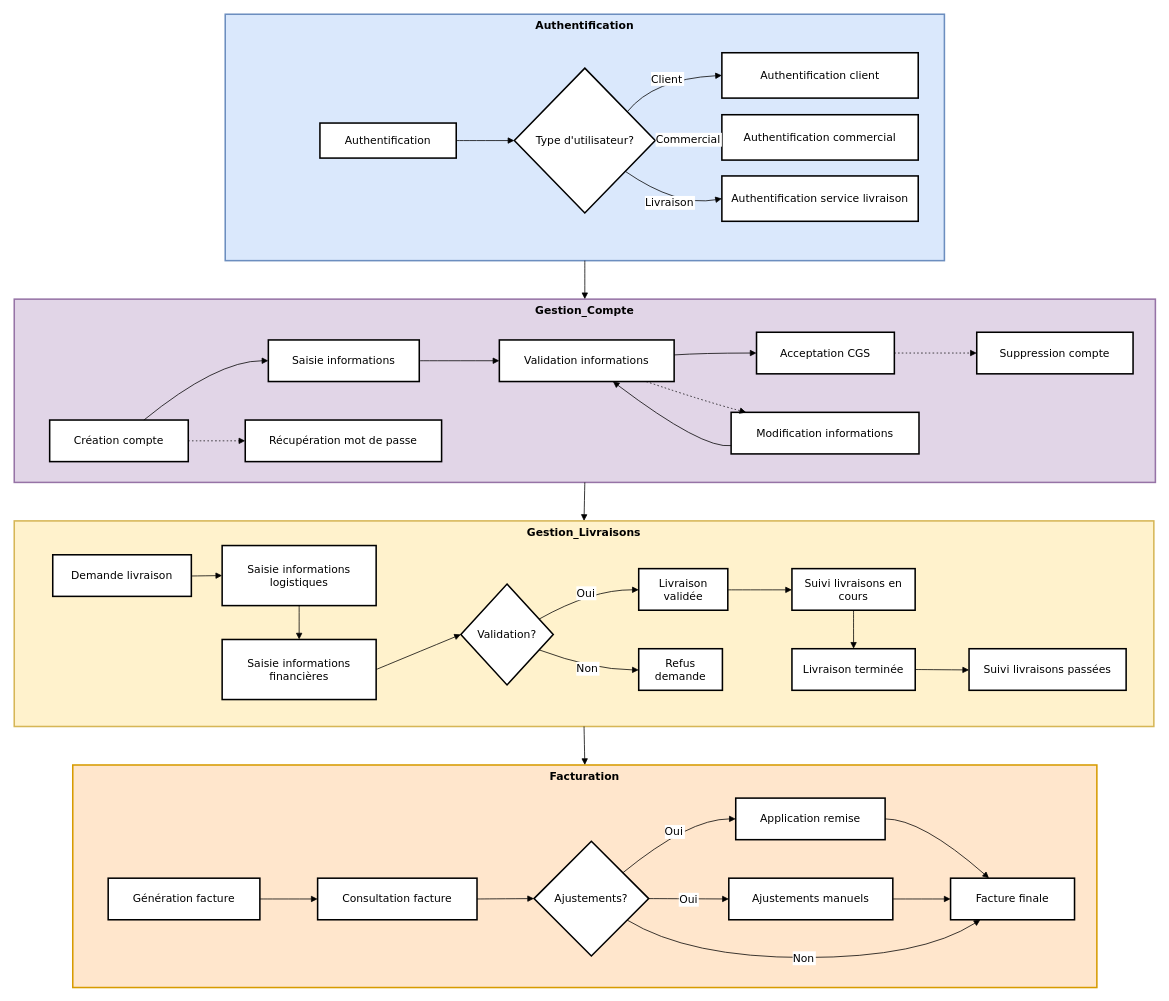
The draw.io diagram spring-livrai/Diagramme_fonct.drawio in TangiLC/OC-P8_Livrai, before the edit. Source tidied: cells renumbered, new cells numbered last; positions are measured from the earlier drawing's top-left corner, leaving out a move shared by most shapes. Both pictures are drawn from the tidied source at 77%, with x=0, y=0 at pixel (14, 14).
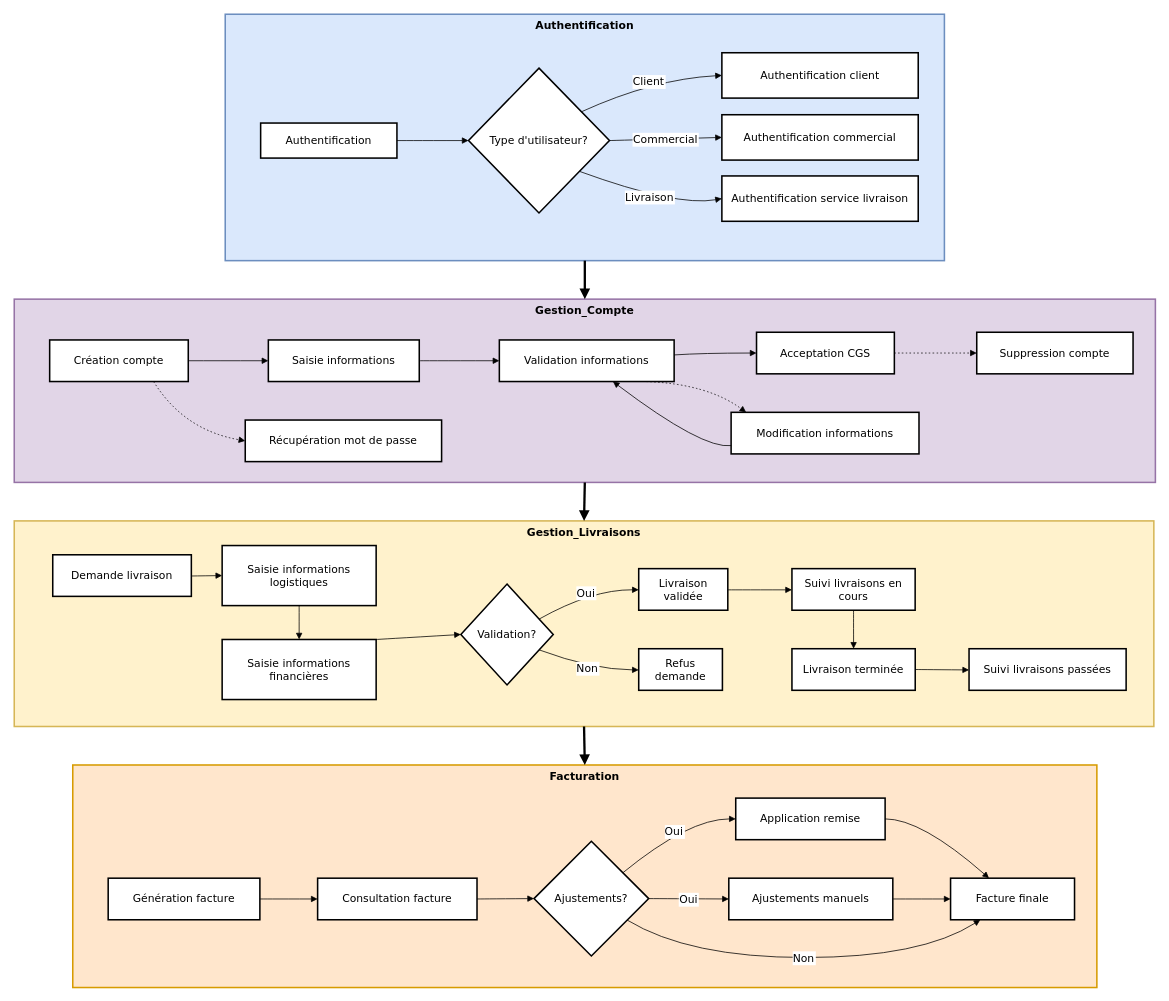
Above is the later version.

Commit message (it also covers changes not shown here):
Mettre à jour Diagramme_fonct.drawio

Unchanged cells that the change refers to:
```xml
<mxCell id="2" value="Facturation" style="whiteSpace=wrap;strokeWidth=2;verticalAlign=top;fillColor=#ffe6cc;strokeColor=#d79b00;fontSize=14;fontFamily=Verdana;fontStyle=1;" parent="1" vertex="1">
  <mxGeometry x="76" y="975" width="1330" height="289" as="geometry" />
</mxCell>
<mxCell id="16" value="Gestion_Livraisons" style="whiteSpace=wrap;strokeWidth=2;verticalAlign=top;fillColor=#fff2cc;strokeColor=#d6b656;fontSize=14;fontFamily=Verdana;fontStyle=1;" parent="1" vertex="1">
  <mxGeometry y="658" width="1480" height="267" as="geometry" />
</mxCell>
<mxCell id="19" value="Saisie informations financières" style="whiteSpace=wrap;strokeWidth=2;fontSize=14;fontFamily=Verdana;" parent="16" vertex="1">
  <mxGeometry x="270" y="154" width="200" height="78" as="geometry" />
</mxCell>
<mxCell id="20" value="Validation?" style="rhombus;strokeWidth=2;whiteSpace=wrap;fontSize=14;fontFamily=Verdana;" parent="16" vertex="1">
  <mxGeometry x="580" y="82" width="120" height="131" as="geometry" />
</mxCell>
<mxCell id="34" value="Gestion_Compte" style="whiteSpace=wrap;strokeWidth=2;verticalAlign=top;fillColor=#e1d5e7;strokeColor=#9673a6;fontSize=14;fontFamily=Verdana;fontStyle=1;" parent="1" vertex="1">
  <mxGeometry y="370" width="1482" height="238" as="geometry" />
</mxCell>
<mxCell id="36" value="Saisie informations" style="whiteSpace=wrap;strokeWidth=2;fontSize=14;fontFamily=Verdana;" parent="34" vertex="1">
  <mxGeometry x="330" y="53" width="196" height="54" as="geometry" />
</mxCell>
<mxCell id="37" value="Validation informations" style="whiteSpace=wrap;strokeWidth=2;fontSize=14;fontFamily=Verdana;" parent="34" vertex="1">
  <mxGeometry x="630" y="53" width="227" height="54" as="geometry" />
</mxCell>
<mxCell id="39" value="Récupération mot de passe" style="whiteSpace=wrap;strokeWidth=2;fontSize=14;fontFamily=Verdana;" parent="34" vertex="1">
  <mxGeometry x="300" y="157" width="255" height="54" as="geometry" />
</mxCell>
<mxCell id="40" value="Modification informations" style="whiteSpace=wrap;strokeWidth=2;fontSize=14;fontFamily=Verdana;" parent="34" vertex="1">
  <mxGeometry x="931" y="147" width="244" height="54" as="geometry" />
</mxCell>
<mxCell id="49" value="Authentification" style="whiteSpace=wrap;strokeWidth=2;verticalAlign=top;fillColor=#dae8fc;strokeColor=#6c8ebf;fontSize=14;fontFamily=Verdana;fontStyle=1;" parent="1" vertex="1">
  <mxGeometry x="274" width="934" height="320" as="geometry" />
</mxCell>
```

The edit, as a diff of the source:
```diff
@@
-    <mxCell id="28" style="curved=1;startArrow=none;endArrow=block;exitX=1;exitY=0.5;entryX=0;entryY=0.5;rounded=0;fontSize=14;fontFamily=Verdana;" parent="16" edge="1" source="19" target="20">
+    <mxCell id="28" style="curved=1;startArrow=none;endArrow=block;exitX=1;exitY=0;entryX=0;entryY=0.5;rounded=0;fontSize=14;fontFamily=Verdana;exitDx=0;exitDy=0;" parent="16" edge="1" source="19" target="20">
       <mxGeometry relative="1" as="geometry" />
     </mxCell>
@@
     <mxCell id="35" value="Création compte" style="whiteSpace=wrap;strokeWidth=2;fontSize=14;fontFamily=Verdana;" parent="34" vertex="1">
-      <mxGeometry x="46" y="157" width="180" height="54" as="geometry" />
+      <mxGeometry x="46" y="53" width="180" height="54" as="geometry" />
     </mxCell>
@@
-    <mxCell id="42" style="curved=1;startArrow=none;endArrow=block;exitX=0.68;exitY=0;entryX=0;entryY=0.5;rounded=0;fontSize=14;fontFamily=Verdana;" parent="34" edge="1" source="35" target="36">
+    <mxCell id="42" style="curved=1;startArrow=none;endArrow=block;exitX=1;exitY=0.5;entryX=0;entryY=0.5;rounded=0;fontSize=14;fontFamily=Verdana;exitDx=0;exitDy=0;" parent="34" edge="1" source="35" target="36">
       <mxGeometry relative="1" as="geometry">
         <Array as="points">
           <mxPoint x="263" y="80" />
         </Array>
       </mxGeometry>
     </mxCell>
@@
-    <mxCell id="45" style="curved=1;dashed=1;dashPattern=2 3;startArrow=none;endArrow=block;exitX=1;exitY=0.5;entryX=0;entryY=0.5;rounded=0;fontSize=14;fontFamily=Verdana;" parent="34" edge="1" source="35" target="39">
-      <mxGeometry relative="1" as="geometry" />
+    <mxCell id="45" style="curved=1;dashed=1;dashPattern=2 3;startArrow=none;endArrow=block;exitX=0.75;exitY=1;entryX=0;entryY=0.5;rounded=0;fontSize=14;fontFamily=Verdana;exitDx=0;exitDy=0;" parent="34" edge="1" source="35" target="39">
+      <mxGeometry relative="1" as="geometry">
+        <Array as="points">
+          <mxPoint x="220" y="170" />
+        </Array>
+      </mxGeometry>
     </mxCell>
     <mxCell id="46" style="curved=1;dashed=1;dashPattern=2 3;startArrow=none;endArrow=block;exitX=0.84;exitY=1;entryX=0.08;entryY=0;rounded=0;fontSize=14;fontFamily=Verdana;" parent="34" edge="1" source="37" target="40">
       <mxGeometry relative="1" as="geometry">
         <Array as="points">
-          <mxPoint x="894" y="132" />
+          <mxPoint x="900" y="110" />
         </Array>
       </mxGeometry>
     </mxCell>
@@
     <mxCell id="50" value="Authentification" style="whiteSpace=wrap;strokeWidth=2;fontSize=14;fontFamily=Verdana;" parent="49" vertex="1">
-      <mxGeometry x="123" y="141.3" width="177" height="45.5" as="geometry" />
+      <mxGeometry x="46" y="141.3" width="177" height="45.5" as="geometry" />
     </mxCell>
     <mxCell id="51" value="Type d'utilisateur?" style="rhombus;strokeWidth=2;whiteSpace=wrap;fontSize=14;fontFamily=Verdana;" parent="49" vertex="1">
-      <mxGeometry x="375.5" y="70" width="183" height="188.1" as="geometry" />
+      <mxGeometry x="316" y="70" width="183" height="188.1" as="geometry" />
     </mxCell>
@@
-    <mxCell id="59" style="curved=1;startArrow=none;endArrow=block;exitX=0.5;exitY=1;entryX=0.5;entryY=0;rounded=0;fontSize=14;fontFamily=Verdana;" parent="1" edge="1" source="49" target="34">
+    <mxCell id="59" style="curved=1;startArrow=none;endArrow=block;exitX=0.5;exitY=1;entryX=0.5;entryY=0;rounded=0;fontSize=14;fontFamily=Verdana;strokeWidth=3;" parent="1" edge="1" source="49" target="34">
       <mxGeometry relative="1" as="geometry" />
     </mxCell>
-    <mxCell id="60" style="curved=1;startArrow=none;endArrow=block;exitX=0.5;exitY=1;entryX=0.5;entryY=0;rounded=0;fontSize=14;fontFamily=Verdana;" parent="1" edge="1" source="34" target="16">
+    <mxCell id="60" style="curved=1;startArrow=none;endArrow=block;exitX=0.5;exitY=1;entryX=0.5;entryY=0;rounded=0;fontSize=14;fontFamily=Verdana;strokeWidth=3;" parent="1" edge="1" source="34" target="16">
       <mxGeometry relative="1" as="geometry" />
     </mxCell>
-    <mxCell id="61" style="curved=1;startArrow=none;endArrow=block;exitX=0.5;exitY=1;entryX=0.5;entryY=0;rounded=0;fontSize=14;fontFamily=Verdana;" parent="1" edge="1" source="16" target="2">
+    <mxCell id="61" style="curved=1;startArrow=none;endArrow=block;exitX=0.5;exitY=1;entryX=0.5;entryY=0;rounded=0;fontSize=14;fontFamily=Verdana;strokeWidth=3;" parent="1" edge="1" source="16" target="2">
       <mxGeometry relative="1" as="geometry" />
     </mxCell>
```
